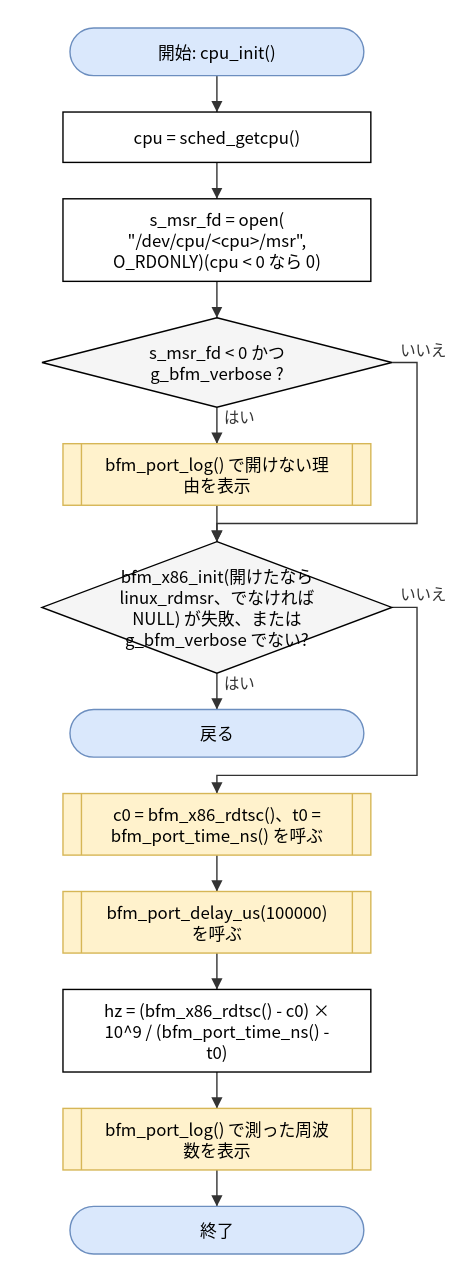
Earlier version of the draw.io export doc/spec/images/flow_port_linux_vfio_port_linux-cpu_init.drawio.svg (hf355051012-ai/bfmem). Source tidied: cells renumbered, new cells last; positions are measured from the earlier drawing's top-left corner, leaving out a move shared by most shapes. The source it was exported from:
```xml
<mxGraphModel>
  <root>
    <mxCell id="0" />
    <mxCell id="1" parent="0" />
    <mxCell id="2" value="開始: cpu_init()" style="rounded=1;arcSize=50;whiteSpace=wrap;html=1;fillColor=#dae8fc;strokeColor=#6c8ebf;" parent="1" vertex="1">
      <mxGeometry x="20" width="210" height="34" as="geometry" />
    </mxCell>
    <mxCell id="3" value="cpu = sched_getcpu()" style="rounded=0;whiteSpace=wrap;html=1;" parent="1" vertex="1">
      <mxGeometry x="15" y="60" width="220" height="36" as="geometry" />
    </mxCell>
    <mxCell id="4" value="s_msr_fd = open(&lt;br&gt;&amp;quot;/dev/cpu/&amp;lt;cpu&amp;gt;/msr&amp;quot;,&lt;br&gt;O_RDONLY)(cpu &amp;lt; 0 なら 0)" style="rounded=0;whiteSpace=wrap;html=1;" parent="1" vertex="1">
      <mxGeometry x="15" y="122" width="220" height="59" as="geometry" />
    </mxCell>
    <mxCell id="5" value="s_msr_fd &amp;lt; 0 かつ&lt;br&gt;g_bfm_verbose ?" style="rhombus;whiteSpace=wrap;html=1;fillColor=#f5f5f5;" parent="1" vertex="1">
      <mxGeometry y="207" width="250" height="64" as="geometry" />
    </mxCell>
    <mxCell id="6" value="bfm_port_log() で開けない理&lt;br&gt;由を表示" style="shape=process;whiteSpace=wrap;html=1;backgroundOutline=1;size=0.06;fillColor=#fff2cc;strokeColor=#d6b656;" parent="1" vertex="1">
      <mxGeometry x="15" y="297" width="220" height="44" as="geometry" />
    </mxCell>
    <mxCell id="7" value="bfm_x86_init(開けたなら&lt;br&gt;linux_rdmsr、でなければ&lt;br&gt;NULL) が失敗、または&lt;br&gt;g_bfm_verbose でない?" style="rhombus;whiteSpace=wrap;html=1;fillColor=#f5f5f5;" parent="1" vertex="1">
      <mxGeometry y="367" width="250" height="94" as="geometry" />
    </mxCell>
    <mxCell id="8" value="戻る" style="rounded=1;arcSize=50;whiteSpace=wrap;html=1;fillColor=#dae8fc;strokeColor=#6c8ebf;" parent="1" vertex="1">
      <mxGeometry x="20" y="487" width="210" height="34" as="geometry" />
    </mxCell>
    <mxCell id="9" value="c0 = bfm_x86_rdtsc()、t0 =&lt;br&gt;bfm_port_time_ns() を呼ぶ" style="shape=process;whiteSpace=wrap;html=1;backgroundOutline=1;size=0.06;fillColor=#fff2cc;strokeColor=#d6b656;" parent="1" vertex="1">
      <mxGeometry x="15" y="547" width="220" height="44" as="geometry" />
    </mxCell>
    <mxCell id="10" value="bfm_port_delay_us(100000)&lt;br&gt;を呼ぶ" style="shape=process;whiteSpace=wrap;html=1;backgroundOutline=1;size=0.06;fillColor=#fff2cc;strokeColor=#d6b656;" parent="1" vertex="1">
      <mxGeometry x="15" y="617" width="220" height="44" as="geometry" />
    </mxCell>
    <mxCell id="11" value="hz = (bfm_x86_rdtsc() - c0) ×&lt;br&gt;10^9 / (bfm_port_time_ns() -&lt;br&gt;t0)" style="rounded=0;whiteSpace=wrap;html=1;" parent="1" vertex="1">
      <mxGeometry x="15" y="687" width="220" height="59" as="geometry" />
    </mxCell>
    <mxCell id="12" value="bfm_port_log() で測った周波&lt;br&gt;数を表示" style="shape=process;whiteSpace=wrap;html=1;backgroundOutline=1;size=0.06;fillColor=#fff2cc;strokeColor=#d6b656;" parent="1" vertex="1">
      <mxGeometry x="15" y="772" width="220" height="44" as="geometry" />
    </mxCell>
    <mxCell id="13" value="終了" style="rounded=1;arcSize=50;whiteSpace=wrap;html=1;fillColor=#dae8fc;strokeColor=#6c8ebf;" parent="1" vertex="1">
      <mxGeometry x="20" y="842" width="210" height="34" as="geometry" />
    </mxCell>
    <mxCell id="14" style="edgeStyle=none;html=1;rounded=0;endArrow=block;endFill=1;exitX=0.5000;exitY=1.0000;exitDx=0;exitDy=0;exitPerimeter=0;entryX=0.5000;entryY=0.0000;entryDx=0;entryDy=0;entryPerimeter=0;" parent="1" edge="1" source="2" target="3">
      <mxGeometry relative="1" as="geometry" />
    </mxCell>
    <mxCell id="15" style="edgeStyle=none;html=1;rounded=0;endArrow=block;endFill=1;exitX=0.5000;exitY=1.0000;exitDx=0;exitDy=0;exitPerimeter=0;entryX=0.5000;entryY=0.0000;entryDx=0;entryDy=0;entryPerimeter=0;" parent="1" edge="1" source="3" target="4">
      <mxGeometry relative="1" as="geometry" />
    </mxCell>
    <mxCell id="16" style="edgeStyle=none;html=1;rounded=0;endArrow=block;endFill=1;exitX=0.5000;exitY=1.0000;exitDx=0;exitDy=0;exitPerimeter=0;entryX=0.5000;entryY=0.0000;entryDx=0;entryDy=0;entryPerimeter=0;" parent="1" edge="1" source="4" target="5">
      <mxGeometry relative="1" as="geometry" />
    </mxCell>
    <mxCell id="17" value="はい" style="edgeStyle=none;html=1;rounded=0;endArrow=block;endFill=1;exitX=0.5000;exitY=1.0000;exitDx=0;exitDy=0;exitPerimeter=0;entryX=0.5000;entryY=0.0000;entryDx=0;entryDy=0;entryPerimeter=0;" parent="1" edge="1" source="5" target="6">
      <mxGeometry relative="1" as="geometry" />
    </mxCell>
    <mxCell id="18" style="edgeStyle=none;html=1;rounded=0;endArrow=block;endFill=1;exitX=0.5000;exitY=1.0000;exitDx=0;exitDy=0;exitPerimeter=0;entryX=0.5000;entryY=0.0000;entryDx=0;entryDy=0;entryPerimeter=0;" parent="1" edge="1" source="6" target="7">
      <mxGeometry relative="1" as="geometry" />
    </mxCell>
    <mxCell id="19" value="いいえ" style="edgeStyle=none;html=1;rounded=0;endArrow=block;endFill=1;exitX=1.0000;exitY=0.5000;exitDx=0;exitDy=0;exitPerimeter=0;entryX=0.5000;entryY=0.0000;entryDx=0;entryDy=0;entryPerimeter=0;" parent="1" edge="1" source="5" target="7">
      <mxGeometry relative="1" as="geometry">
        <Array as="points">
          <mxPoint x="268" y="239" />
          <mxPoint x="268" y="354" />
          <mxPoint x="125" y="354" />
        </Array>
      </mxGeometry>
    </mxCell>
    <mxCell id="20" value="はい" style="edgeStyle=none;html=1;rounded=0;endArrow=block;endFill=1;exitX=0.5000;exitY=1.0000;exitDx=0;exitDy=0;exitPerimeter=0;entryX=0.5000;entryY=0.0000;entryDx=0;entryDy=0;entryPerimeter=0;" parent="1" edge="1" source="7" target="8">
      <mxGeometry relative="1" as="geometry" />
    </mxCell>
    <mxCell id="21" value="いいえ" style="edgeStyle=none;html=1;rounded=0;endArrow=block;endFill=1;exitX=1.0000;exitY=0.5000;exitDx=0;exitDy=0;exitPerimeter=0;entryX=0.5000;entryY=0.0000;entryDx=0;entryDy=0;entryPerimeter=0;" parent="1" edge="1" source="7" target="9">
      <mxGeometry relative="1" as="geometry">
        <Array as="points">
          <mxPoint x="268" y="414" />
          <mxPoint x="268" y="534" />
          <mxPoint x="125" y="534" />
        </Array>
      </mxGeometry>
    </mxCell>
    <mxCell id="22" style="edgeStyle=none;html=1;rounded=0;endArrow=block;endFill=1;exitX=0.5000;exitY=1.0000;exitDx=0;exitDy=0;exitPerimeter=0;entryX=0.5000;entryY=0.0000;entryDx=0;entryDy=0;entryPerimeter=0;" parent="1" edge="1" source="9" target="10">
      <mxGeometry relative="1" as="geometry" />
    </mxCell>
    <mxCell id="23" style="edgeStyle=none;html=1;rounded=0;endArrow=block;endFill=1;exitX=0.5000;exitY=1.0000;exitDx=0;exitDy=0;exitPerimeter=0;entryX=0.5000;entryY=0.0000;entryDx=0;entryDy=0;entryPerimeter=0;" parent="1" edge="1" source="10" target="11">
      <mxGeometry relative="1" as="geometry" />
    </mxCell>
    <mxCell id="24" style="edgeStyle=none;html=1;rounded=0;endArrow=block;endFill=1;exitX=0.5000;exitY=1.0000;exitDx=0;exitDy=0;exitPerimeter=0;entryX=0.5000;entryY=0.0000;entryDx=0;entryDy=0;entryPerimeter=0;" parent="1" edge="1" source="11" target="12">
      <mxGeometry relative="1" as="geometry" />
    </mxCell>
    <mxCell id="25" style="edgeStyle=none;html=1;rounded=0;endArrow=block;endFill=1;exitX=0.5000;exitY=1.0000;exitDx=0;exitDy=0;exitPerimeter=0;entryX=0.5000;entryY=0.0000;entryDx=0;entryDy=0;entryPerimeter=0;" parent="1" edge="1" source="12" target="13">
      <mxGeometry relative="1" as="geometry" />
    </mxCell>
  </root>
</mxGraphModel>
```
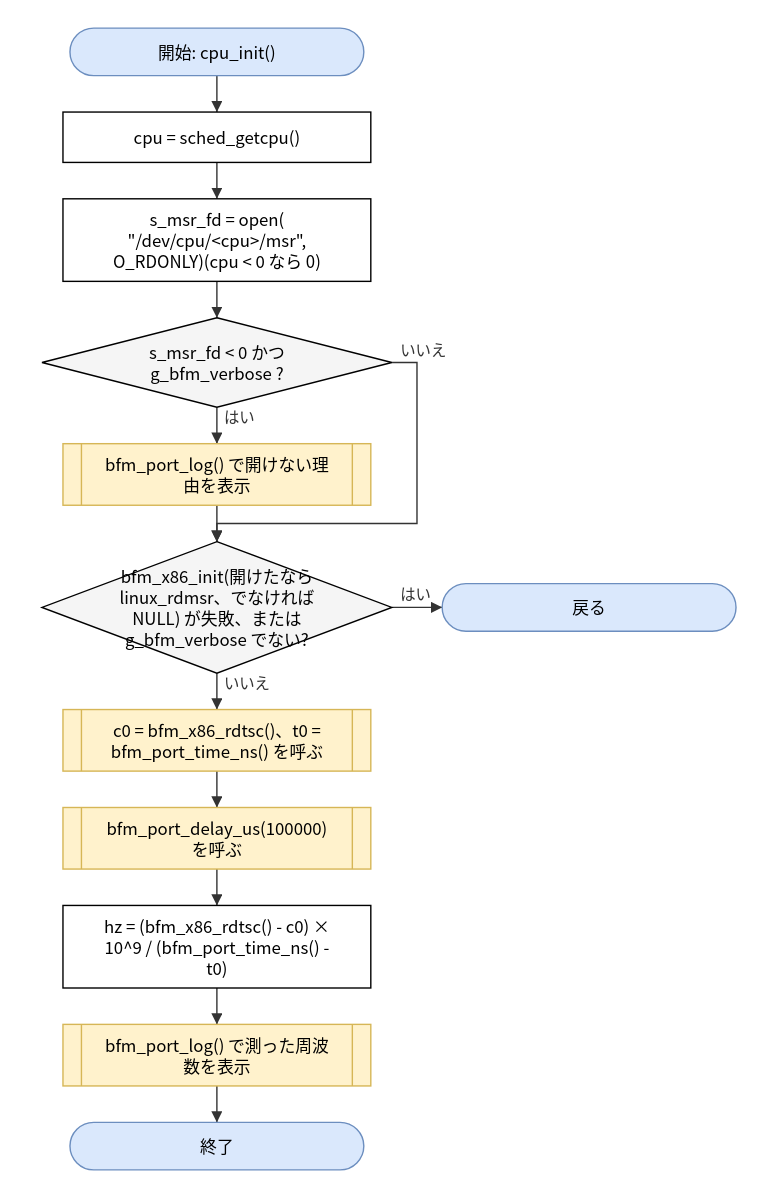
The same file after the commit.

Diff of the diagram source:
```diff
@@ -21,22 +21,22 @@
       <mxGeometry y="367" width="250" height="94" as="geometry" />
     </mxCell>
     <mxCell id="8" value="戻る" style="rounded=1;arcSize=50;whiteSpace=wrap;html=1;fillColor=#dae8fc;strokeColor=#6c8ebf;" parent="1" vertex="1">
-      <mxGeometry x="20" y="487" width="210" height="34" as="geometry" />
+      <mxGeometry x="286" y="397" width="210" height="34" as="geometry" />
     </mxCell>
     <mxCell id="9" value="c0 = bfm_x86_rdtsc()、t0 =&lt;br&gt;bfm_port_time_ns() を呼ぶ" style="shape=process;whiteSpace=wrap;html=1;backgroundOutline=1;size=0.06;fillColor=#fff2cc;strokeColor=#d6b656;" parent="1" vertex="1">
-      <mxGeometry x="15" y="547" width="220" height="44" as="geometry" />
+      <mxGeometry x="15" y="487" width="220" height="44" as="geometry" />
     </mxCell>
     <mxCell id="10" value="bfm_port_delay_us(100000)&lt;br&gt;を呼ぶ" style="shape=process;whiteSpace=wrap;html=1;backgroundOutline=1;size=0.06;fillColor=#fff2cc;strokeColor=#d6b656;" parent="1" vertex="1">
-      <mxGeometry x="15" y="617" width="220" height="44" as="geometry" />
+      <mxGeometry x="15" y="557" width="220" height="44" as="geometry" />
     </mxCell>
     <mxCell id="11" value="hz = (bfm_x86_rdtsc() - c0) ×&lt;br&gt;10^9 / (bfm_port_time_ns() -&lt;br&gt;t0)" style="rounded=0;whiteSpace=wrap;html=1;" parent="1" vertex="1">
-      <mxGeometry x="15" y="687" width="220" height="59" as="geometry" />
+      <mxGeometry x="15" y="627" width="220" height="59" as="geometry" />
     </mxCell>
     <mxCell id="12" value="bfm_port_log() で測った周波&lt;br&gt;数を表示" style="shape=process;whiteSpace=wrap;html=1;backgroundOutline=1;size=0.06;fillColor=#fff2cc;strokeColor=#d6b656;" parent="1" vertex="1">
-      <mxGeometry x="15" y="772" width="220" height="44" as="geometry" />
+      <mxGeometry x="15" y="712" width="220" height="44" as="geometry" />
     </mxCell>
     <mxCell id="13" value="終了" style="rounded=1;arcSize=50;whiteSpace=wrap;html=1;fillColor=#dae8fc;strokeColor=#6c8ebf;" parent="1" vertex="1">
-      <mxGeometry x="20" y="842" width="210" height="34" as="geometry" />
+      <mxGeometry x="20" y="782" width="210" height="34" as="geometry" />
     </mxCell>
     <mxCell id="14" style="edgeStyle=none;html=1;rounded=0;endArrow=block;endFill=1;exitX=0.5000;exitY=1.0000;exitDx=0;exitDy=0;exitPerimeter=0;entryX=0.5000;entryY=0.0000;entryDx=0;entryDy=0;entryPerimeter=0;" parent="1" edge="1" source="2" target="3">
       <mxGeometry relative="1" as="geometry" />
@@ -62,17 +62,11 @@
         </Array>
       </mxGeometry>
     </mxCell>
-    <mxCell id="20" value="はい" style="edgeStyle=none;html=1;rounded=0;endArrow=block;endFill=1;exitX=0.5000;exitY=1.0000;exitDx=0;exitDy=0;exitPerimeter=0;entryX=0.5000;entryY=0.0000;entryDx=0;entryDy=0;entryPerimeter=0;" parent="1" edge="1" source="7" target="8">
+    <mxCell id="20" value="はい" style="edgeStyle=none;html=1;rounded=0;endArrow=block;endFill=1;exitX=1.0000;exitY=0.5000;exitDx=0;exitDy=0;exitPerimeter=0;entryX=0.0000;entryY=0.5000;entryDx=0;entryDy=0;entryPerimeter=0;" parent="1" edge="1" source="7" target="8">
       <mxGeometry relative="1" as="geometry" />
     </mxCell>
-    <mxCell id="21" value="いいえ" style="edgeStyle=none;html=1;rounded=0;endArrow=block;endFill=1;exitX=1.0000;exitY=0.5000;exitDx=0;exitDy=0;exitPerimeter=0;entryX=0.5000;entryY=0.0000;entryDx=0;entryDy=0;entryPerimeter=0;" parent="1" edge="1" source="7" target="9">
-      <mxGeometry relative="1" as="geometry">
-        <Array as="points">
-          <mxPoint x="268" y="414" />
-          <mxPoint x="268" y="534" />
-          <mxPoint x="125" y="534" />
-        </Array>
-      </mxGeometry>
+    <mxCell id="21" value="いいえ" style="edgeStyle=none;html=1;rounded=0;endArrow=block;endFill=1;exitX=0.5000;exitY=1.0000;exitDx=0;exitDy=0;exitPerimeter=0;entryX=0.5000;entryY=0.0000;entryDx=0;entryDy=0;entryPerimeter=0;" parent="1" edge="1" source="7" target="9">
+      <mxGeometry relative="1" as="geometry" />
     </mxCell>
     <mxCell id="22" style="edgeStyle=none;html=1;rounded=0;endArrow=block;endFill=1;exitX=0.5000;exitY=1.0000;exitDx=0;exitDy=0;exitPerimeter=0;entryX=0.5000;entryY=0.0000;entryDx=0;entryDy=0;entryPerimeter=0;" parent="1" edge="1" source="9" target="10">
       <mxGeometry relative="1" as="geometry" />
```
